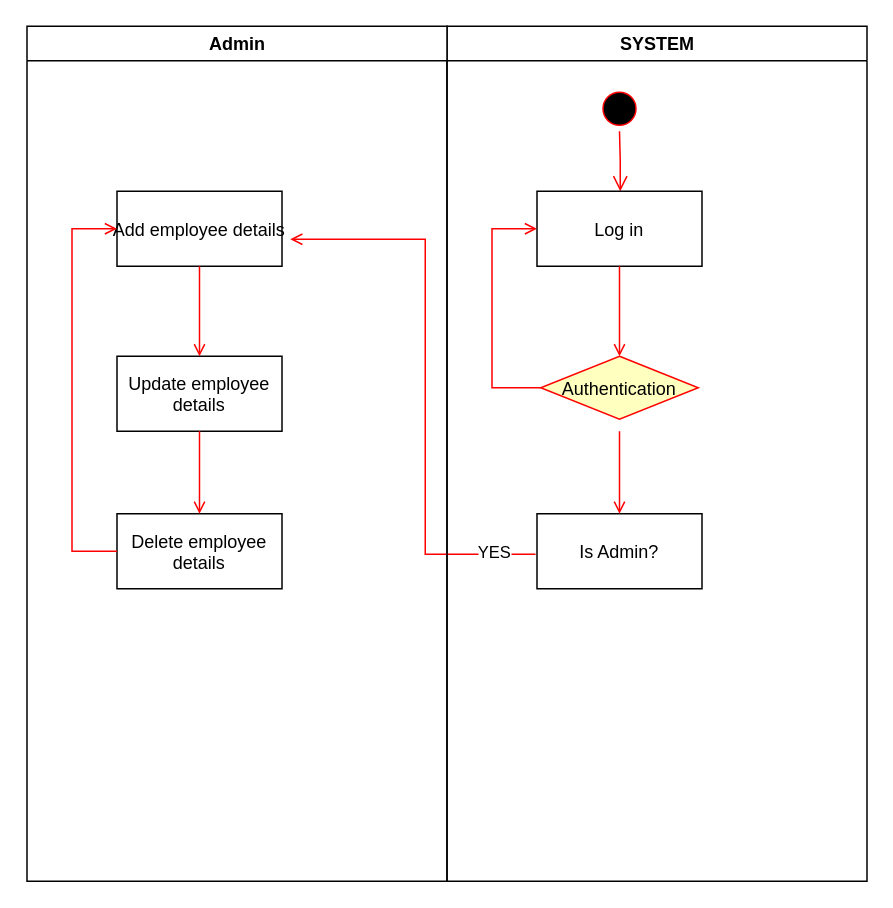
Before: Activity Diagram.drawio in Arisa-Ndreu/test, a draw.io diagram. Source tidied: cells renumbered, new cells numbered last; positions are measured from the earlier drawing's top-left corner, leaving out a move shared by most shapes. Both pictures are drawn from the tidied source at 150%, with x=0, y=0 at pixel (26, 26).
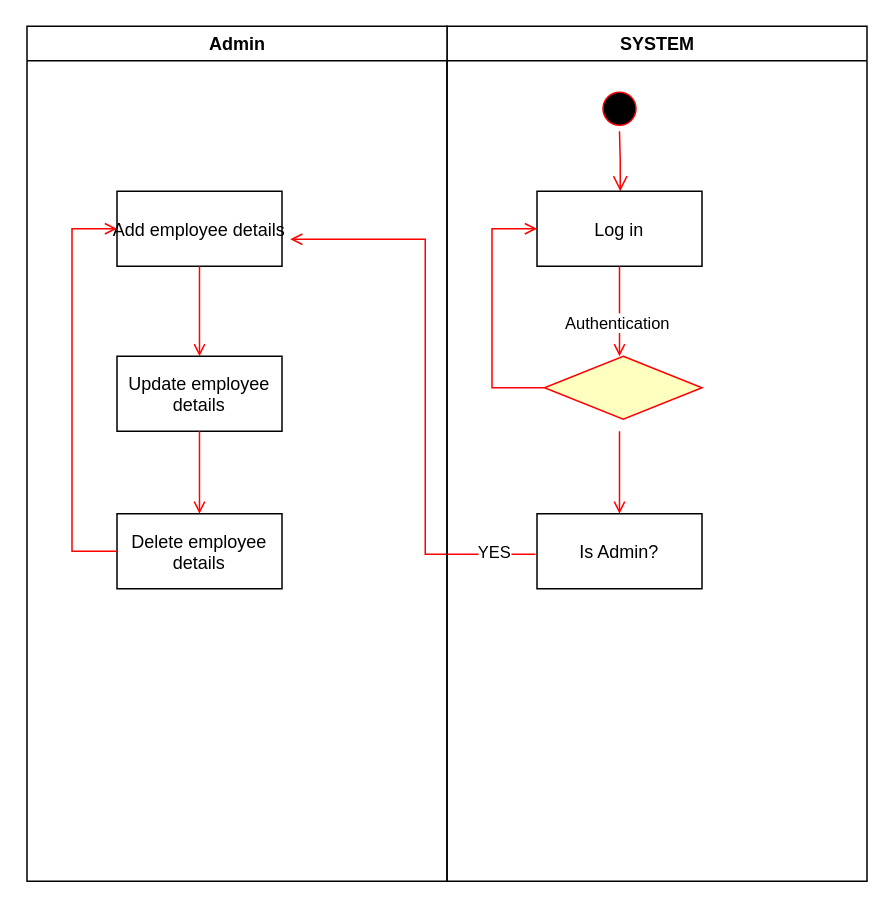
After the change.

The change refers to these unchanged cells:
```xml
<mxCell id="2" value="SYSTEM" style="swimlane;whiteSpace=wrap;" parent="1" vertex="1">
  <mxGeometry x="280.5" width="280" height="570" as="geometry" />
</mxCell>
<mxCell id="6" style="endArrow=open;strokeColor=#FF0000;endFill=1;rounded=0;" parent="2" edge="1" source="5">
  <mxGeometry relative="1" as="geometry">
    <mxPoint x="115" y="220" as="targetPoint" />
  </mxGeometry>
</mxCell>
```

What changed in the source:
```diff
@@
+    <mxCell id="20" value="Authentication" style="edgeLabel;html=1;align=center;verticalAlign=middle;" parent="6" vertex="1">
+      <mxGeometry x="0.22" y="-2" relative="1" as="geometry" />
+    </mxCell>
@@
-    <mxCell id="10" value="Authentication" style="rhombus;fillColor=#ffffc0;strokeColor=#ff0000;" parent="2" vertex="1">
-      <mxGeometry x="62.5" y="220" width="105" height="42" as="geometry" />
+    <mxCell id="10" style="rhombus;fillColor=#ffffc0;strokeColor=#ff0000;" parent="2" vertex="1">
+      <mxGeometry x="65" y="220" width="105" height="42" as="geometry" />
     </mxCell>
```
